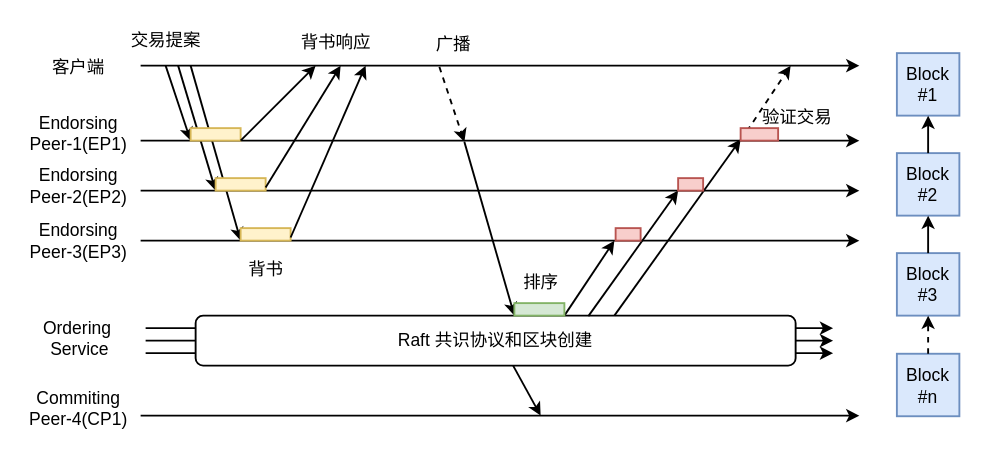
Above: Raft共识.drawio in Mr-doublehappines/httpServer (draw.io), before the change. Source tidied: cells renumbered, new cells numbered last; positions are measured from the earlier drawing's top-left corner, leaving out a move shared by most shapes. Both pictures are drawn from the tidied source at 125%, with x=0, y=0 at pixel (21, 21).
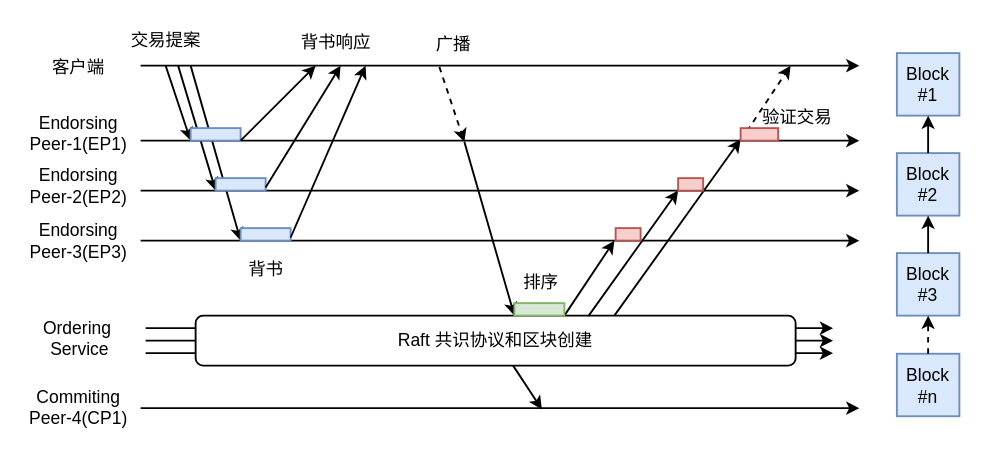
After the change.

Diff of the diagram source:
```diff
@@
-    <mxCell id="17" style="rounded=0;whiteSpace=wrap;html=1;fontSize=14;fontFamily=宋体;fillColor=#fff2cc;strokeColor=#d6b656;strokeWidth=1.5;" parent="1" vertex="1">
+    <mxCell id="17" style="rounded=0;whiteSpace=wrap;html=1;fontSize=14;fontFamily=宋体;fillColor=#dae8fc;strokeColor=#6c8ebf;strokeWidth=1.5;" parent="1" vertex="1">
       <mxGeometry x="135" y="85" width="40" height="10" as="geometry" />
     </mxCell>
-    <mxCell id="18" style="rounded=0;whiteSpace=wrap;html=1;fontSize=14;fontFamily=宋体;fillColor=#fff2cc;strokeColor=#d6b656;strokeWidth=1.5;" parent="1" vertex="1">
+    <mxCell id="18" style="rounded=0;whiteSpace=wrap;html=1;fontSize=14;fontFamily=宋体;fillColor=#dae8fc;strokeColor=#6c8ebf;strokeWidth=1.5;" parent="1" vertex="1">
       <mxGeometry x="155" y="125" width="40" height="10" as="geometry" />
     </mxCell>
-    <mxCell id="19" style="rounded=0;whiteSpace=wrap;html=1;fontSize=14;fontFamily=宋体;fillColor=#fff2cc;strokeColor=#d6b656;strokeWidth=1.5;" parent="1" vertex="1">
+    <mxCell id="19" style="rounded=0;whiteSpace=wrap;html=1;fontSize=14;fontFamily=宋体;fillColor=#dae8fc;strokeColor=#6c8ebf;strokeWidth=1.5;" parent="1" vertex="1">
       <mxGeometry x="175" y="165" width="40" height="10" as="geometry" />
     </mxCell>
@@
     <mxCell id="35" style="endArrow=classic;html=1;rounded=0;fontSize=14;fontFamily=宋体;strokeWidth=1.5;" parent="1" edge="1">
       <mxGeometry relative="1" as="geometry">
-        <mxPoint x="95" y="315" as="sourcePoint" />
-        <mxPoint x="670" y="315" as="targetPoint" />
+        <mxPoint x="95" y="309" as="sourcePoint" />
+        <mxPoint x="670" y="309" as="targetPoint" />
       </mxGeometry>
     </mxCell>
     <mxCell id="36" style="endArrow=classic;html=1;rounded=0;exitX=0.5;exitY=1;exitDx=0;exitDy=0;fontSize=14;fontFamily=宋体;strokeWidth=1.5;" parent="1" edge="1">
       <mxGeometry relative="1" as="geometry">
         <mxPoint x="393" y="275" as="sourcePoint" />
-        <mxPoint x="415" y="315" as="targetPoint" />
+        <mxPoint x="416" y="310" as="targetPoint" />
       </mxGeometry>
     </mxCell>
@@
     <mxCell id="38" value="Commiting&lt;div style=&quot;font-size: 14px;&quot;&gt;Peer-4(CP1)&lt;/div&gt;" style="text;html=1;align=center;verticalAlign=middle;strokeColor=none;fillColor=none;fontSize=14;fontFamily=宋体;" parent="1" vertex="1">
-      <mxGeometry y="284" width="90" height="50" as="geometry" />
+      <mxGeometry y="283" width="90" height="50" as="geometry" />
     </mxCell>
```
